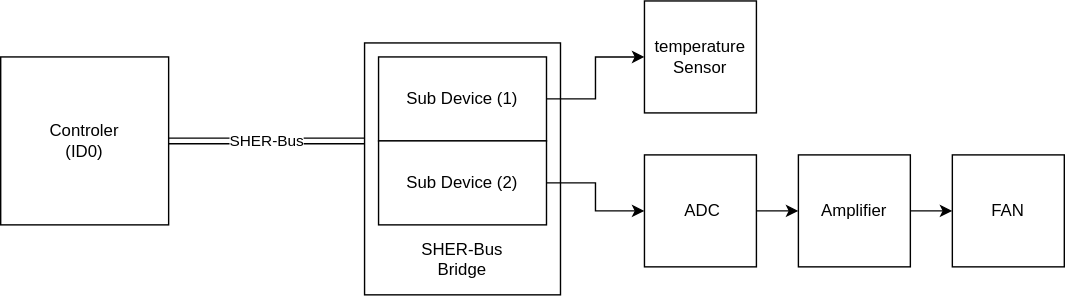
cdg66/BUS_figures keeps this draw.io diagram as Controler_example.svg. Above is the earlier version. Source tidied: cells renumbered, new cells last; positions are measured from the earlier drawing's top-left corner, leaving out a move shared by most shapes.
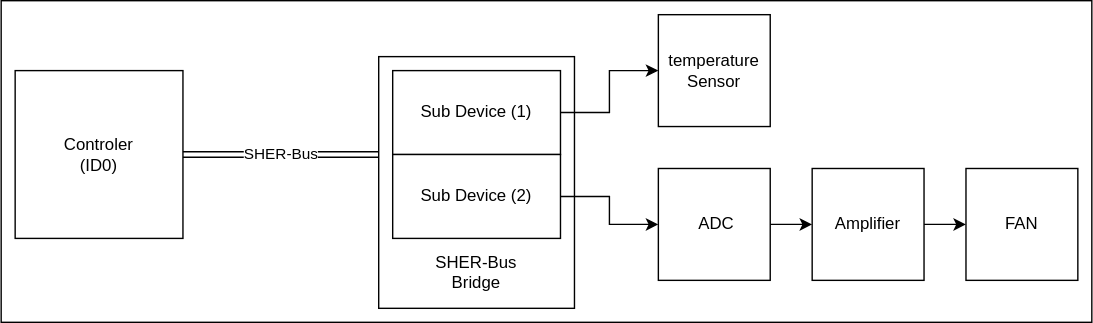
Later version of the same file.

The edit, as a diff of the source:
```diff
@@ -2,6 +2,9 @@
   <root>
     <mxCell id="0" />
     <mxCell id="1" parent="0" />
+    <mxCell id="15" style="rounded=0;whiteSpace=wrap;html=1;" parent="1" vertex="1">
+      <mxGeometry x="-10" y="-10" width="780" height="230" as="geometry" />
+    </mxCell>
     <mxCell id="2" value="&lt;div&gt;&lt;br&gt;&lt;/div&gt;&lt;div&gt;&lt;br&gt;&lt;/div&gt;&lt;div&gt;&lt;br&gt;&lt;/div&gt;&lt;div&gt;&lt;br&gt;&lt;/div&gt;&lt;div&gt;&lt;br&gt;&lt;/div&gt;&lt;div&gt;&lt;br&gt;&lt;/div&gt;&lt;div&gt;&lt;br&gt;&lt;/div&gt;&lt;div&gt;&lt;br&gt;&lt;/div&gt;&lt;div&gt;&lt;br&gt;&lt;/div&gt;&lt;div&gt;&lt;br&gt;&lt;/div&gt;&lt;div&gt;SHER-Bus &lt;br&gt;&lt;/div&gt;&lt;div&gt;Bridge&lt;br&gt;&lt;/div&gt;&lt;div&gt;&lt;br&gt;&lt;/div&gt;" style="rounded=0;whiteSpace=wrap;html=1;" parent="1" vertex="1">
       <mxGeometry x="260" y="30" width="140" height="180" as="geometry" />
     </mxCell>
```
